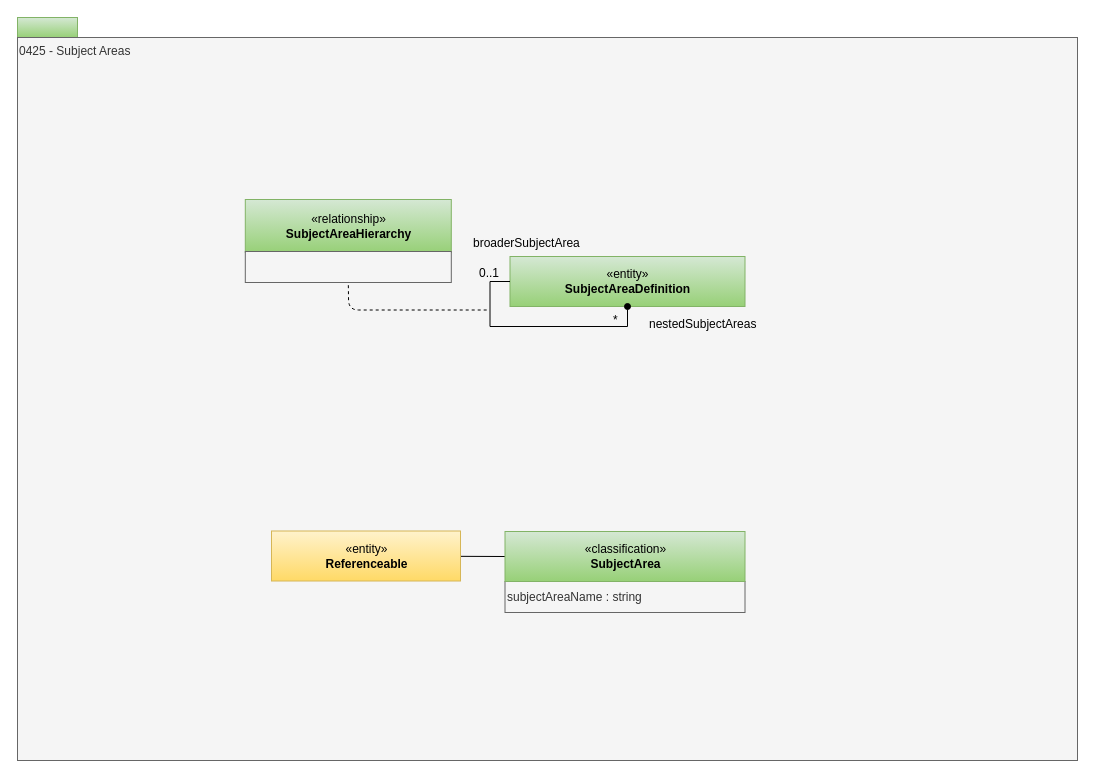
This is page "0425-Subject-Areas" (10 of 30) of site/docs/types/4/area-4-governance.drawio from odpi/egeria-docs, a draw.io file, before an edit. Source tidied: cells renumbered, new cells numbered last; positions are measured from the earlier drawing's top-left corner, leaving out a move shared by most shapes. Both pictures are drawn from the tidied source at 100%, with x=0, y=0 at pixel (17, 17).
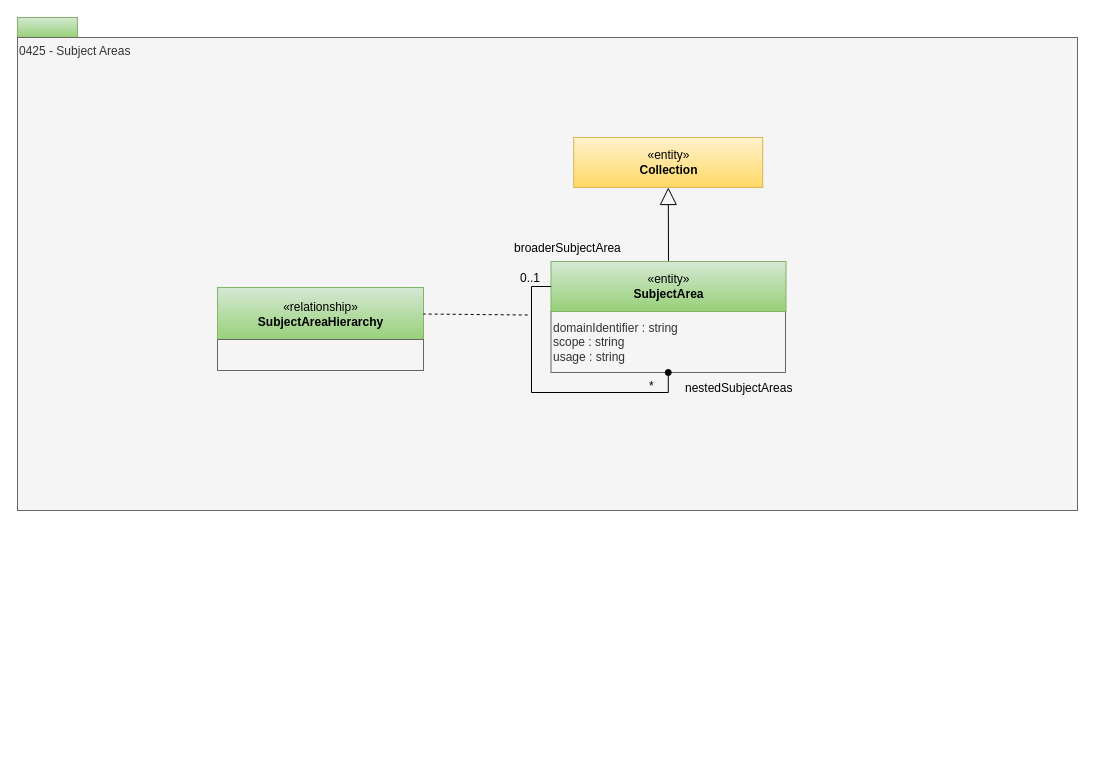
After the change.

Change to the diagram source:
```diff
@@
 <mxGraphModel>
   <root>
     <mxCell id="0" />
     <mxCell id="1" parent="0" />
     <mxCell id="2" style="rounded=0;whiteSpace=wrap;html=1;align=left;fillColor=#d5e8d4;strokeColor=#82b366;gradientColor=#97d077;" parent="1" vertex="1">
       <mxGeometry width="60" height="20" as="geometry" />
     </mxCell>
     <mxCell id="3" value="0425 - Subject Areas" style="rounded=0;html=1;align=left;verticalAlign=top;fillColor=#f5f5f5;fontColor=#333333;strokeColor=#666666;" parent="1" vertex="1">
-      <mxGeometry y="20" width="1060" height="723" as="geometry" />
+      <mxGeometry y="20" width="1060" height="473" as="geometry" />
     </mxCell>
-    <mxCell id="4" style="rounded=0;jettySize=auto;html=1;exitX=0;exitY=0.5;exitDx=0;exitDy=0;endArrow=none;endFill=0;" parent="1" edge="1" source="7" target="5">
+    <mxCell id="4" style="rounded=0;jettySize=auto;html=1;exitX=0.5;exitY=0;exitDx=0;exitDy=0;endArrow=block;endFill=0;endSize=15;" parent="1" edge="1" source="8" target="5">
       <mxGeometry relative="1" as="geometry" />
     </mxCell>
-    <mxCell id="5" value="«entity»&lt;br&gt;&lt;b&gt;Referenceable&lt;/b&gt;" style="html=1;strokeColor=#d6b656;align=center;fillColor=#fff2cc;gradientColor=#ffd966;" parent="1" vertex="1">
-      <mxGeometry x="254" y="513.5" width="189" height="50" as="geometry" />
+    <mxCell id="5" value="«entity»&lt;br&gt;&lt;b&gt;Collection&lt;/b&gt;" style="html=1;strokeColor=#d6b656;align=center;fillColor=#fff2cc;gradientColor=#ffd966;" parent="1" vertex="1">
+      <mxGeometry x="556.2" y="120" width="189" height="50" as="geometry" />
     </mxCell>
-    <mxCell id="6" value="subjectAreaName : string&lt;br&gt;&lt;div style=&quot;text-align: left&quot;&gt;&lt;/div&gt;" style="rounded=0;whiteSpace=wrap;html=1;strokeColor=#666666;align=left;fillColor=#f5f5f5;fontColor=#333333;" parent="1" vertex="1">
-      <mxGeometry x="487.5" y="564" width="240" height="31" as="geometry" />
+    <mxCell id="6" value="domainIdentifier : string&lt;br&gt;&lt;div style=&quot;text-align: left&quot;&gt;&lt;/div&gt;&lt;div&gt;scope : string&lt;/div&gt;&lt;div&gt;usage : string&lt;/div&gt;" style="rounded=0;whiteSpace=wrap;html=1;strokeColor=#666666;align=left;fillColor=#f5f5f5;fontColor=#333333;" parent="1" vertex="1">
+      <mxGeometry x="533.5" y="294" width="234.5" height="61" as="geometry" />
     </mxCell>
-    <mxCell id="7" value="«classification»&lt;br&gt;&lt;b&gt;SubjectArea&lt;/b&gt;" style="html=1;strokeColor=#82b366;align=center;fillColor=#d5e8d4;gradientColor=#97d077;" parent="1" vertex="1">
-      <mxGeometry x="487.5" y="514" width="240" height="50" as="geometry" />
-    </mxCell>
-    <mxCell id="8" value="«entity»&lt;br&gt;&lt;b&gt;SubjectAreaDefinition&lt;/b&gt;" style="html=1;strokeColor=#82b366;align=center;fillColor=#d5e8d4;gradientColor=#97d077;" parent="1" vertex="1">
-      <mxGeometry x="492.5" y="239" width="235" height="50" as="geometry" />
+    <mxCell id="8" value="«entity»&lt;br&gt;&lt;b&gt;SubjectArea&lt;/b&gt;" style="html=1;strokeColor=#82b366;align=center;fillColor=#d5e8d4;gradientColor=#97d077;" parent="1" vertex="1">
+      <mxGeometry x="533.5" y="244" width="235" height="50" as="geometry" />
     </mxCell>
     <mxCell id="9" value="«relationship»&lt;br&gt;&lt;b&gt;SubjectAreaHierarchy&lt;/b&gt;" style="html=1;strokeColor=#82b366;align=center;fillColor=#d5e8d4;gradientColor=#97d077;" parent="1" vertex="1">
-      <mxGeometry x="227.8" y="182" width="206" height="53" as="geometry" />
+      <mxGeometry x="200" y="270" width="206" height="53" as="geometry" />
     </mxCell>
     <mxCell id="10" style="rounded=0;whiteSpace=wrap;html=1;strokeColor=#666666;align=left;fillColor=#f5f5f5;fontColor=#333333;" parent="1" vertex="1">
-      <mxGeometry x="227.8" y="234" width="206" height="31" as="geometry" />
+      <mxGeometry x="200" y="322" width="206" height="31" as="geometry" />
     </mxCell>
-    <mxCell id="11" style="endArrow=none;dashed=1;html=1;entryX=0.5;entryY=1;entryDx=0;entryDy=0;" parent="1" edge="1" target="10">
+    <mxCell id="11" style="endArrow=none;dashed=1;html=1;entryX=1;entryY=0.5;entryDx=0;entryDy=0;" parent="1" edge="1" target="9">
       <mxGeometry relative="1" as="geometry">
-        <mxPoint x="469.2" y="292.5" as="sourcePoint" />
-        <Array as="points">
-          <mxPoint x="331.2" y="292.5" />
-        </Array>
+        <mxPoint x="510.2" y="297.5" as="sourcePoint" />
       </mxGeometry>
     </mxCell>
     <mxCell id="12" value="broaderSubjectArea" style="text;html=1;align=left;verticalAlign=top;spacingTop=-4;" parent="1" vertex="1">
-      <mxGeometry x="453.5" y="215.5" width="117" height="14" as="geometry" />
+      <mxGeometry x="494.5" y="220.5" width="117" height="14" as="geometry" />
     </mxCell>
     <mxCell id="13" value="nestedSubjectAreas" style="text;html=1;align=left;verticalAlign=top;spacingTop=-4;" parent="1" vertex="1">
-      <mxGeometry x="630" y="297" width="125" height="20" as="geometry" />
+      <mxGeometry x="666" y="361" width="125" height="20" as="geometry" />
     </mxCell>
     <mxCell id="14" value="0..1" style="text;html=1;align=left;verticalAlign=top;spacingTop=-4;" parent="1" vertex="1">
-      <mxGeometry x="460" y="246" width="30" height="14" as="geometry" />
+      <mxGeometry x="501" y="251" width="30" height="14" as="geometry" />
     </mxCell>
     <mxCell id="15" value="*" style="text;html=1;align=left;verticalAlign=top;spacingTop=-4;" parent="1" vertex="1">
-      <mxGeometry x="594" y="293" width="15" height="14" as="geometry" />
+      <mxGeometry x="630" y="359" width="15" height="14" as="geometry" />
     </mxCell>
-    <mxCell id="16" style="edgeStyle=orthogonalEdgeStyle;rounded=0;orthogonalLoop=1;jettySize=auto;html=1;exitX=0;exitY=0.5;exitDx=0;exitDy=0;endArrow=oval;endFill=1;" parent="1" edge="1" source="8" target="8">
-      <mxGeometry relative="1" as="geometry" />
+    <mxCell id="16" style="edgeStyle=orthogonalEdgeStyle;rounded=0;jettySize=auto;html=1;exitX=0;exitY=0.5;exitDx=0;exitDy=0;endArrow=oval;endFill=1;entryX=0.5;entryY=1;entryDx=0;entryDy=0;" parent="1" edge="1" source="8" target="6">
+      <mxGeometry relative="1" as="geometry">
+        <Array as="points">
+          <mxPoint x="514" y="269" />
+          <mxPoint x="514" y="375" />
+          <mxPoint x="651" y="375" />
+        </Array>
+      </mxGeometry>
     </mxCell>
   </root>
 </mxGraphModel>
```
